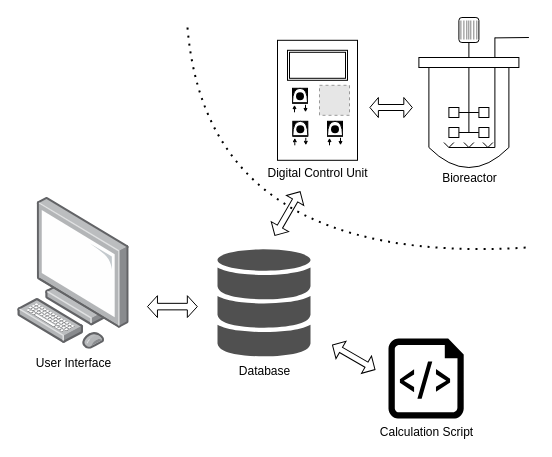
The draw.io diagram page "Page-1" (1 of 2) of SoftwareConcept.drawio in Yumatlab/bioprocesssimulation, before the edit. Source tidied: cells renumbered, new cells numbered last; positions are measured from the earlier drawing's top-left corner, leaving out a move shared by most shapes. Both pictures are drawn from the tidied source at 100%, with x=0, y=0 at pixel (17, 17). Pictures stored in the file or linked from it are replaced by grey dashed boxes.
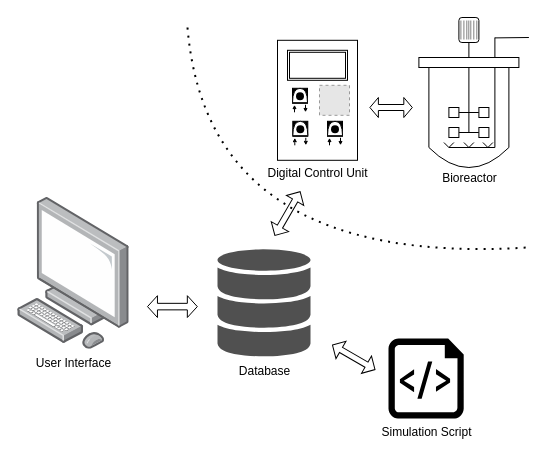
The same diagram, later.

What changed in the source:
```diff
@@
-    <mxCell id="35" value="Calculation Script" style="sketch=0;shadow=0;dashed=0;html=1;strokeColor=none;labelPosition=center;verticalLabelPosition=bottom;verticalAlign=top;align=center;fillColor=#000000;shape=mxgraph.azure.script_file;strokeOpacity=100;fillOpacity=100;" parent="1" vertex="1">
+    <mxCell id="35" value="Simulation Script" style="sketch=0;shadow=0;dashed=0;html=1;strokeColor=none;labelPosition=center;verticalLabelPosition=bottom;verticalAlign=top;align=center;fillColor=#000000;shape=mxgraph.azure.script_file;strokeOpacity=100;fillOpacity=100;" parent="1" vertex="1">
       <mxGeometry x="371" y="321" width="75.2" height="80" as="geometry" />
     </mxCell>
```
